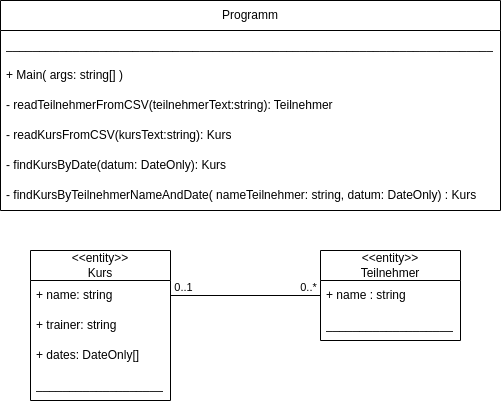
Before: imgs/OO-concepts-kursmanager.drawio.png, a diagram exported from draw.io (starwit-trainings/csharp-basics). Source tidied: cells renumbered, new cells last; positions are measured from the earlier drawing's top-left corner, leaving out a move shared by most shapes. Source of this version:
```xml
<mxGraphModel>
  <root>
    <mxCell id="0" />
    <mxCell id="1" parent="0" />
    <mxCell id="2" value="&amp;lt;&amp;lt;entity&amp;gt;&amp;gt;&lt;br&gt;Teilnehmer" style="swimlane;fontStyle=0;horizontal=1;startSize=30;whiteSpace=wrap;html=1;" parent="1" vertex="1">
      <mxGeometry x="320" y="250" width="140" height="90" as="geometry" />
    </mxCell>
    <mxCell id="3" value="+ name : string" style="text;strokeColor=none;fillColor=none;align=left;verticalAlign=middle;spacingLeft=4;spacingRight=4;overflow=hidden;points=[[0,0.5],[1,0.5]];portConstraint=eastwest;whiteSpace=wrap;html=1;" parent="2" vertex="1">
      <mxGeometry y="30" width="140" height="30" as="geometry" />
    </mxCell>
    <mxCell id="4" value="___________________" style="text;strokeColor=none;fillColor=none;align=left;verticalAlign=middle;spacingLeft=4;spacingRight=4;overflow=hidden;whiteSpace=wrap;html=1;" parent="2" vertex="1">
      <mxGeometry y="60" width="140" height="30" as="geometry" />
    </mxCell>
    <mxCell id="5" value="&amp;lt;&amp;lt;entity&amp;gt;&amp;gt;&lt;br&gt;Kurs" style="swimlane;fontStyle=0;horizontal=1;startSize=30;whiteSpace=wrap;html=1;" parent="1" vertex="1">
      <mxGeometry x="30" y="250" width="140" height="150" as="geometry" />
    </mxCell>
    <mxCell id="6" value="+ name: string" style="text;strokeColor=none;fillColor=none;align=left;verticalAlign=middle;spacingLeft=4;spacingRight=4;overflow=hidden;points=[[0,0.5],[1,0.5]];portConstraint=eastwest;whiteSpace=wrap;html=1;" parent="5" vertex="1">
      <mxGeometry y="30" width="140" height="30" as="geometry" />
    </mxCell>
    <mxCell id="7" value="+ trainer: string" style="text;strokeColor=none;fillColor=none;align=left;verticalAlign=middle;spacingLeft=4;spacingRight=4;overflow=hidden;whiteSpace=wrap;html=1;" parent="5" vertex="1">
      <mxGeometry y="60" width="140" height="30" as="geometry" />
    </mxCell>
    <mxCell id="8" value="+ dates: DateOnly[]" style="text;strokeColor=none;fillColor=none;align=left;verticalAlign=middle;spacingLeft=4;spacingRight=4;overflow=hidden;whiteSpace=wrap;html=1;" parent="5" vertex="1">
      <mxGeometry y="90" width="140" height="30" as="geometry" />
    </mxCell>
    <mxCell id="9" value="___________________" style="text;strokeColor=none;fillColor=none;align=left;verticalAlign=middle;spacingLeft=4;spacingRight=4;overflow=hidden;whiteSpace=wrap;html=1;" parent="5" vertex="1">
      <mxGeometry y="120" width="140" height="30" as="geometry" />
    </mxCell>
    <mxCell id="10" style="endArrow=none;html=1;exitX=1;exitY=0.5;exitDx=0;exitDy=0;" parent="1" edge="1" source="6" target="3">
      <mxGeometry relative="1" as="geometry" />
    </mxCell>
    <mxCell id="11" value="0..*" style="edgeLabel;html=1;align=center;verticalAlign=middle;" parent="10" vertex="1">
      <mxGeometry x="0.91" y="1" relative="1" as="geometry">
        <mxPoint x="-6" y="-8" as="offset" />
      </mxGeometry>
    </mxCell>
    <mxCell id="12" value="0..1" style="edgeLabel;html=1;align=center;verticalAlign=middle;" parent="10" vertex="1">
      <mxGeometry x="-0.91" relative="1" as="geometry">
        <mxPoint x="5" y="-9" as="offset" />
      </mxGeometry>
    </mxCell>
    <mxCell id="13" value="Programm" style="swimlane;fontStyle=0;horizontal=1;startSize=30;whiteSpace=wrap;html=1;" parent="1" vertex="1">
      <mxGeometry width="500" height="210" as="geometry" />
    </mxCell>
    <mxCell id="14" value="_________________________________________________________________________" style="text;strokeColor=none;fillColor=none;align=left;verticalAlign=middle;spacingLeft=4;spacingRight=4;overflow=hidden;whiteSpace=wrap;html=1;" parent="13" vertex="1">
      <mxGeometry y="30" width="500" height="30" as="geometry" />
    </mxCell>
    <mxCell id="15" value="+ Main( args: string[] )" style="text;strokeColor=none;fillColor=none;align=left;verticalAlign=middle;spacingLeft=4;spacingRight=4;overflow=hidden;whiteSpace=wrap;html=1;" parent="13" vertex="1">
      <mxGeometry y="60" width="500" height="30" as="geometry" />
    </mxCell>
    <mxCell id="16" value="- readTeilnehmerFromCSV(teilnehmerText:string): Teilnehmer" style="text;strokeColor=none;fillColor=none;align=left;verticalAlign=middle;spacingLeft=4;spacingRight=4;overflow=hidden;whiteSpace=wrap;html=1;" parent="13" vertex="1">
      <mxGeometry y="90" width="500" height="30" as="geometry" />
    </mxCell>
    <mxCell id="17" value="- readKursFromCSV(kursText:string): Kurs" style="text;strokeColor=none;fillColor=none;align=left;verticalAlign=middle;spacingLeft=4;spacingRight=4;overflow=hidden;whiteSpace=wrap;html=1;" parent="13" vertex="1">
      <mxGeometry y="120" width="500" height="30" as="geometry" />
    </mxCell>
    <mxCell id="18" value="- findKursByDate(datum: DateOnly): Kurs" style="text;strokeColor=none;fillColor=none;align=left;verticalAlign=middle;spacingLeft=4;spacingRight=4;overflow=hidden;whiteSpace=wrap;html=1;" parent="13" vertex="1">
      <mxGeometry y="150" width="500" height="30" as="geometry" />
    </mxCell>
    <mxCell id="19" value="- findKursByTeilnehmerNameAndDate( nameTeilnehmer: string, datum: DateOnly) : Kurs" style="text;strokeColor=none;fillColor=none;align=left;verticalAlign=middle;spacingLeft=4;spacingRight=4;overflow=hidden;whiteSpace=wrap;html=1;" parent="13" vertex="1">
      <mxGeometry y="180" width="500" height="30" as="geometry" />
    </mxCell>
  </root>
</mxGraphModel>
```
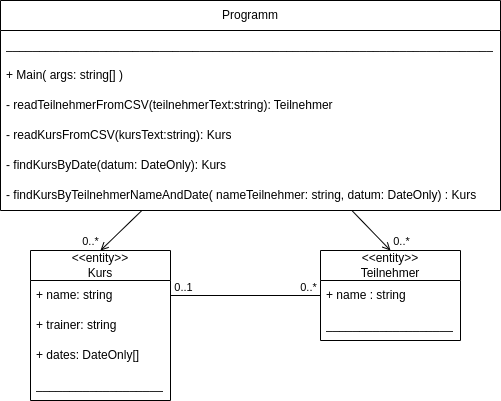
After the change.

Commit message:
refresh diagram

Diff of the diagram source:
```diff
@@ -39,6 +39,22 @@
         <mxPoint x="5" y="-9" as="offset" />
       </mxGeometry>
     </mxCell>
+    <mxCell id="20" style="edgeStyle=none;html=1;entryX=0.5;entryY=0;entryDx=0;entryDy=0;endArrow=open;endFill=0;" parent="1" edge="1" source="13" target="5">
+      <mxGeometry relative="1" as="geometry" />
+    </mxCell>
+    <mxCell id="21" value="0..*" style="edgeLabel;html=1;align=center;verticalAlign=middle;" parent="20" vertex="1">
+      <mxGeometry x="0.27" relative="1" as="geometry">
+        <mxPoint x="-25" y="5" as="offset" />
+      </mxGeometry>
+    </mxCell>
+    <mxCell id="22" style="edgeStyle=none;html=1;entryX=0.5;entryY=0;entryDx=0;entryDy=0;endArrow=open;endFill=0;" parent="1" edge="1" source="13" target="2">
+      <mxGeometry relative="1" as="geometry" />
+    </mxCell>
+    <mxCell id="23" value="0..*" style="edgeLabel;html=1;align=center;verticalAlign=middle;" parent="22" vertex="1">
+      <mxGeometry x="0.39" relative="1" as="geometry">
+        <mxPoint x="22" y="2" as="offset" />
+      </mxGeometry>
+    </mxCell>
     <mxCell id="13" value="Programm" style="swimlane;fontStyle=0;horizontal=1;startSize=30;whiteSpace=wrap;html=1;" parent="1" vertex="1">
       <mxGeometry width="500" height="210" as="geometry" />
     </mxCell>
```
